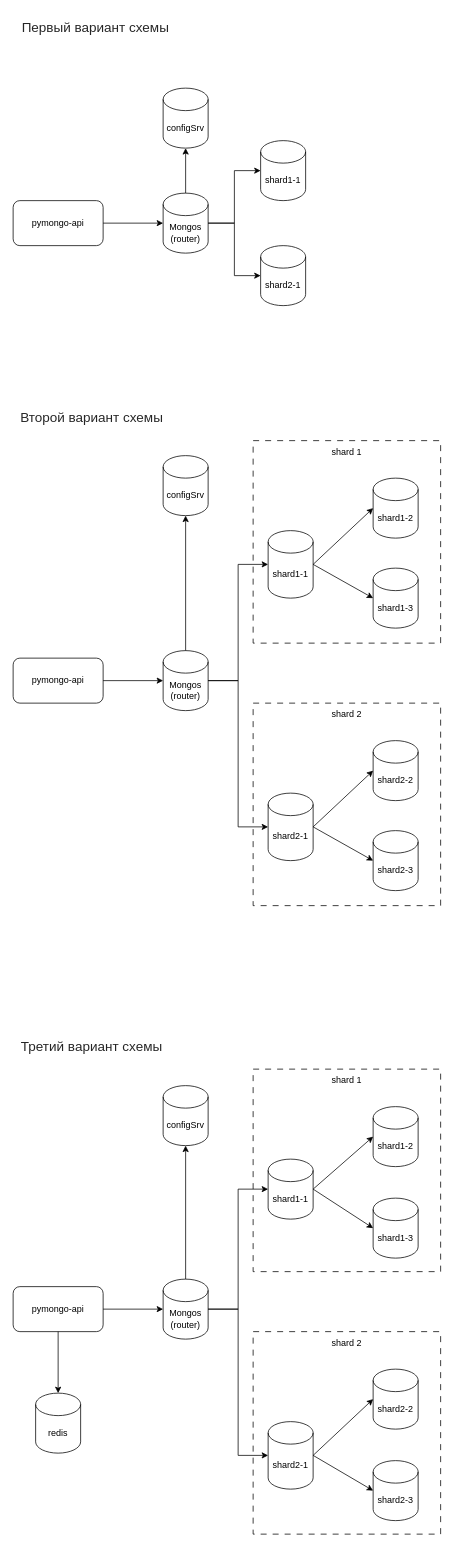
Earlier version of the draw.io diagram schemas/task1.drawio (mirina47/architecture-pro-black_friday). Source tidied: cells renumbered, new cells numbered last; positions are measured from the earlier drawing's top-left corner, leaving out a move shared by most shapes. Both pictures are drawn from the tidied source at 75%, with x=0, y=0 at pixel (13, 13).
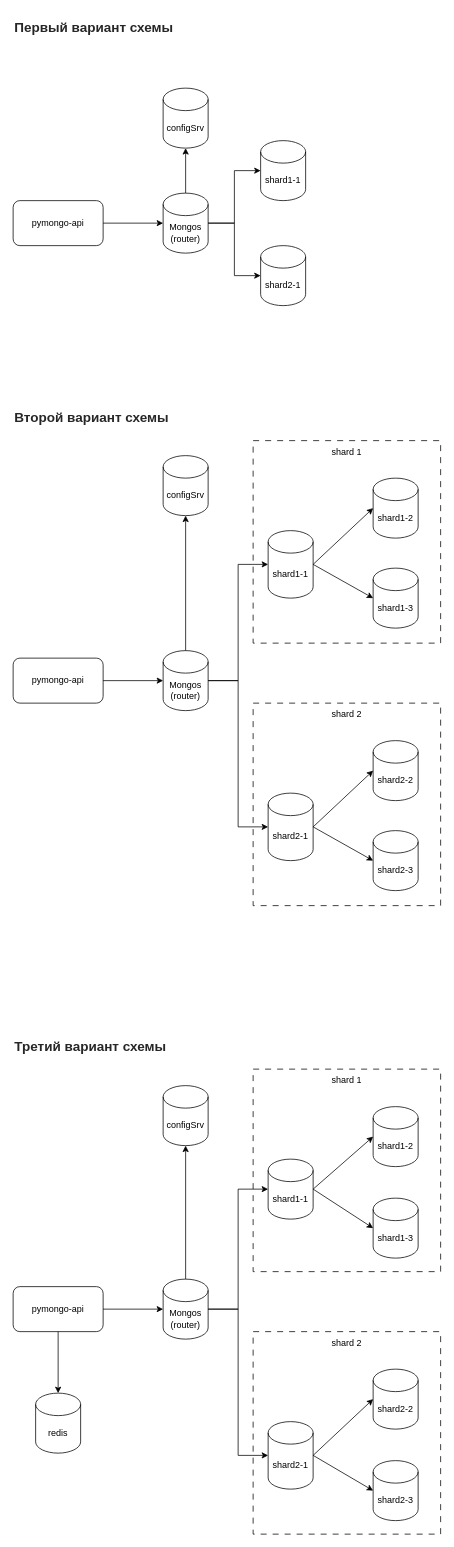
Above is the later version.

Commit message (it also covers changes not shown here):
feat: CDN schema

The edit, as a diff of the source:
```diff
@@
-    <mxCell id="11" value="&lt;span style=&quot;color: rgba(0, 0, 0, 0.85); font-family: &amp;quot;YS Text&amp;quot;, sans-serif; font-size: 18px; text-align: start; white-space-collapse: preserve-breaks; background-color: rgb(255, 255, 255);&quot;&gt;Первый вариант схемы&lt;/span&gt;" style="text;html=1;whiteSpace=wrap;strokeColor=none;fillColor=none;align=center;verticalAlign=middle;rounded=0;" parent="1" vertex="1">
+    <mxCell id="11" value="&lt;span style=&quot;color: rgba(0, 0, 0, 0.85); font-family: &amp;quot;YS Text&amp;quot;, sans-serif; font-size: 18px; white-space-collapse: preserve-breaks; background-color: rgb(255, 255, 255);&quot;&gt;Первый вариант схемы&lt;/span&gt;" style="text;html=1;whiteSpace=wrap;strokeColor=none;fillColor=none;align=left;verticalAlign=middle;rounded=0;fontStyle=1;" parent="1" vertex="1">
       <mxGeometry width="220" height="40" as="geometry" />
     </mxCell>
@@
-    <mxCell id="18" value="&lt;span style=&quot;color: rgba(0, 0, 0, 0.85); font-family: &amp;quot;YS Text&amp;quot;, sans-serif; font-size: 18px; text-align: start; white-space-collapse: preserve-breaks; background-color: rgb(255, 255, 255);&quot;&gt;Второй вариант схемы&lt;/span&gt;" style="text;html=1;whiteSpace=wrap;strokeColor=none;fillColor=none;align=center;verticalAlign=middle;rounded=0;" parent="1" vertex="1">
+    <mxCell id="18" value="&lt;span style=&quot;color: rgba(0, 0, 0, 0.85); font-family: &amp;quot;YS Text&amp;quot;, sans-serif; font-size: 18px; white-space-collapse: preserve-breaks; background-color: rgb(255, 255, 255);&quot;&gt;Второй вариант схемы&lt;/span&gt;" style="text;html=1;whiteSpace=wrap;strokeColor=none;fillColor=none;align=left;verticalAlign=middle;rounded=0;fontStyle=1;" parent="1" vertex="1">
       <mxGeometry y="520" width="210" height="40" as="geometry" />
     </mxCell>
@@
-    <mxCell id="39" value="&lt;span style=&quot;color: rgba(0, 0, 0, 0.85); font-family: &amp;quot;YS Text&amp;quot;, sans-serif; font-size: 18px; text-align: start; white-space-collapse: preserve-breaks; background-color: rgb(255, 255, 255);&quot;&gt;Третий вариант схемы&lt;/span&gt;" style="text;html=1;whiteSpace=wrap;strokeColor=none;fillColor=none;align=center;verticalAlign=middle;rounded=0;" parent="1" vertex="1">
+    <mxCell id="39" value="&lt;span style=&quot;color: rgba(0, 0, 0, 0.85); font-family: &amp;quot;YS Text&amp;quot;, sans-serif; font-size: 18px; white-space-collapse: preserve-breaks; background-color: rgb(255, 255, 255);&quot;&gt;Третий вариант схемы&lt;/span&gt;" style="text;html=1;whiteSpace=wrap;strokeColor=none;fillColor=none;align=left;verticalAlign=middle;rounded=0;fontStyle=1;" parent="1" vertex="1">
       <mxGeometry y="1358" width="210" height="40" as="geometry" />
     </mxCell>
```
